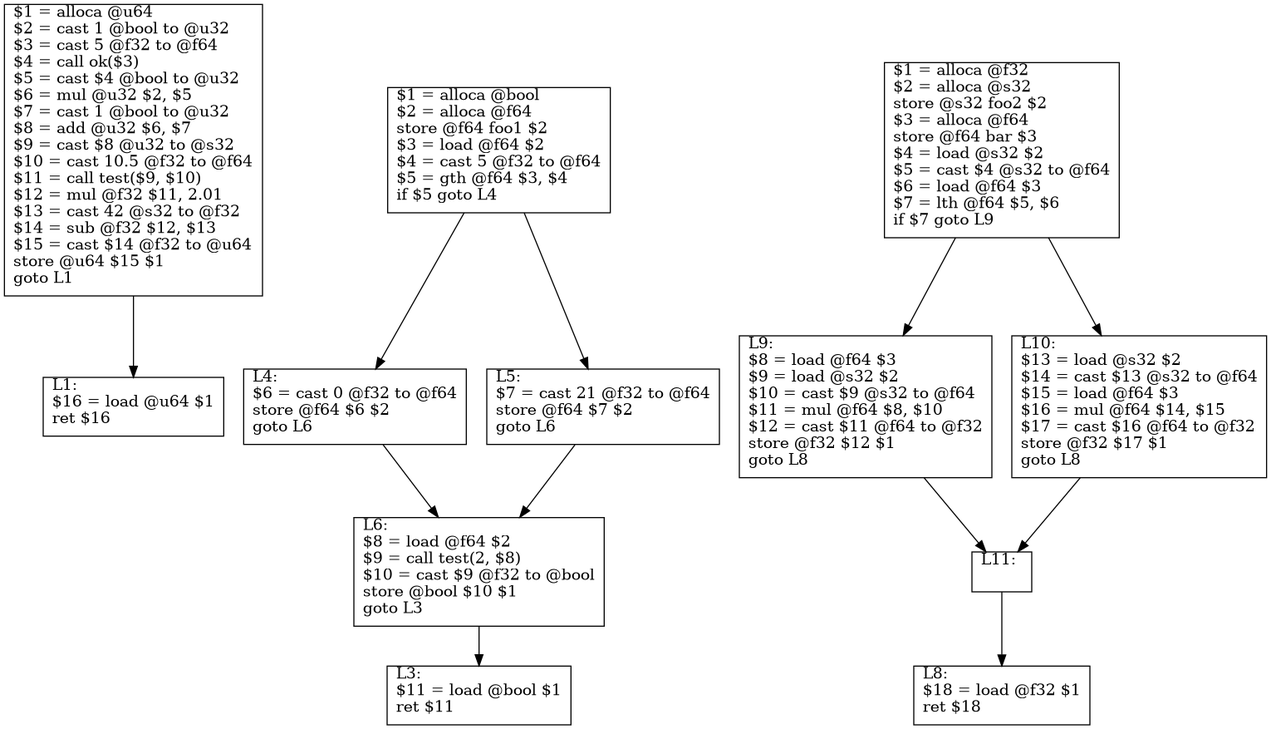
The Graphviz diagram example/test.png in Excse/arkoi_language, before a commit. Its source is kept beside it as example/test.dot.
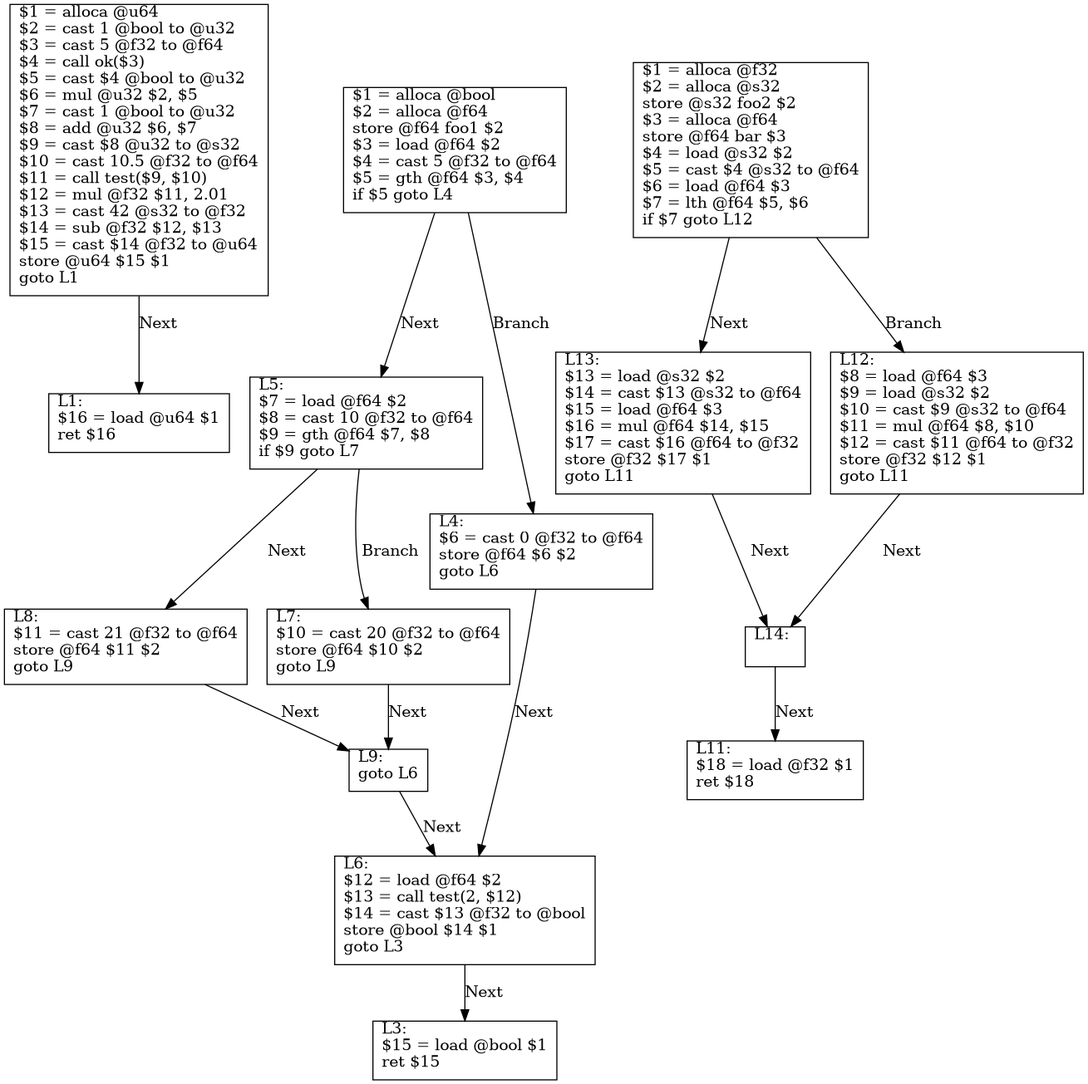
Later version of the same file.

Commit message:
Refactor If node handling in parser and name resolver; update CFGPrinter to include labels for branches and next steps

Diff of the diagram source:
```diff
@@ -1,26 +1,33 @@
 digraph CFG {
     node [shape=box, labelloc="t", labeljust="l"]
     L0 [label="$1 = alloca @u64\l$2 = cast 1 @bool to @u32\l$3 = cast 5 @f32 to @f64\l$4 = call ok($3)\l$5 = cast $4 @bool to @u32\l$6 = mul @u32 $2, $5\l$7 = cast 1 @bool to @u32\l$8 = add @u32 $6, $7\l$9 = cast $8 @u32 to @s32\l$10 = cast 10.5 @f32 to @f64\l$11 = call test($9, $10)\l$12 = mul @f32 $11, 2.01\l$13 = cast 42 @s32 to @f32\l$14 = sub @f32 $12, $13\l$15 = cast $14 @f32 to @u64\lstore @u64 $15 $1\lgoto L1\l"]
-    L0 -> L1
+    L0 -> L1 [label="Next"]
     L1 [label="L1:\l$16 = load @u64 $1\lret $16\l"]
     L2 [label="$1 = alloca @bool\l$2 = alloca @f64\lstore @f64 foo1 $2\l$3 = load @f64 $2\l$4 = cast 5 @f32 to @f64\l$5 = gth @f64 $3, $4\lif $5 goto L4\l"]
-    L2 -> L4
-    L2 -> L5
-    L5 [label="L5:\l$7 = cast 21 @f32 to @f64\lstore @f64 $7 $2\lgoto L6\l"]
-    L5 -> L6
-    L6 [label="L6:\l$8 = load @f64 $2\l$9 = call test(2, $8)\l$10 = cast $9 @f32 to @bool\lstore @bool $10 $1\lgoto L3\l"]
-    L6 -> L3
+    L2 -> L5 [label="Next"]
+    L2 -> L4 [label="Branch"]
     L4 [label="L4:\l$6 = cast 0 @f32 to @f64\lstore @f64 $6 $2\lgoto L6\l"]
-    L4 -> L6
-    L3 [label="L3:\l$11 = load @bool $1\lret $11\l"]
-    L7 [label="$1 = alloca @f32\l$2 = alloca @s32\lstore @s32 foo2 $2\l$3 = alloca @f64\lstore @f64 bar $3\l$4 = load @s32 $2\l$5 = cast $4 @s32 to @f64\l$6 = load @f64 $3\l$7 = lth @f64 $5, $6\lif $7 goto L9\l"]
-    L7 -> L9
-    L7 -> L10
-    L10 [label="L10:\l$13 = load @s32 $2\l$14 = cast $13 @s32 to @f64\l$15 = load @f64 $3\l$16 = mul @f64 $14, $15\l$17 = cast $16 @f64 to @f32\lstore @f32 $17 $1\lgoto L8\l"]
-    L10 -> L11
-    L11 [label="L11:\l"]
-    L11 -> L8
-    L9 [label="L9:\l$8 = load @f64 $3\l$9 = load @s32 $2\l$10 = cast $9 @s32 to @f64\l$11 = mul @f64 $8, $10\l$12 = cast $11 @f64 to @f32\lstore @f32 $12 $1\lgoto L8\l"]
-    L9 -> L11
-    L8 [label="L8:\l$18 = load @f32 $1\lret $18\l"]
+    L4 -> L6 [label="Next"]
+    L6 [label="L6:\l$12 = load @f64 $2\l$13 = call test(2, $12)\l$14 = cast $13 @f32 to @bool\lstore @bool $14 $1\lgoto L3\l"]
+    L6 -> L3 [label="Next"]
+    L5 [label="L5:\l$7 = load @f64 $2\l$8 = cast 10 @f32 to @f64\l$9 = gth @f64 $7, $8\lif $9 goto L7\l"]
+    L5 -> L8 [label="Next"]
+    L5 -> L7 [label="Branch"]
+    L7 [label="L7:\l$10 = cast 20 @f32 to @f64\lstore @f64 $10 $2\lgoto L9\l"]
+    L7 -> L9 [label="Next"]
+    L9 [label="L9:\lgoto L6\l"]
+    L9 -> L6 [label="Next"]
+    L8 [label="L8:\l$11 = cast 21 @f32 to @f64\lstore @f64 $11 $2\lgoto L9\l"]
+    L8 -> L9 [label="Next"]
+    L3 [label="L3:\l$15 = load @bool $1\lret $15\l"]
+    L10 [label="$1 = alloca @f32\l$2 = alloca @s32\lstore @s32 foo2 $2\l$3 = alloca @f64\lstore @f64 bar $3\l$4 = load @s32 $2\l$5 = cast $4 @s32 to @f64\l$6 = load @f64 $3\l$7 = lth @f64 $5, $6\lif $7 goto L12\l"]
+    L10 -> L13 [label="Next"]
+    L10 -> L12 [label="Branch"]
+    L12 [label="L12:\l$8 = load @f64 $3\l$9 = load @s32 $2\l$10 = cast $9 @s32 to @f64\l$11 = mul @f64 $8, $10\l$12 = cast $11 @f64 to @f32\lstore @f32 $12 $1\lgoto L11\l"]
+    L12 -> L14 [label="Next"]
+    L14 [label="L14:\l"]
+    L14 -> L11 [label="Next"]
+    L13 [label="L13:\l$13 = load @s32 $2\l$14 = cast $13 @s32 to @f64\l$15 = load @f64 $3\l$16 = mul @f64 $14, $15\l$17 = cast $16 @f64 to @f32\lstore @f32 $17 $1\lgoto L11\l"]
+    L13 -> L14 [label="Next"]
+    L11 [label="L11:\l$18 = load @f32 $1\lret $18\l"]
 }
```
